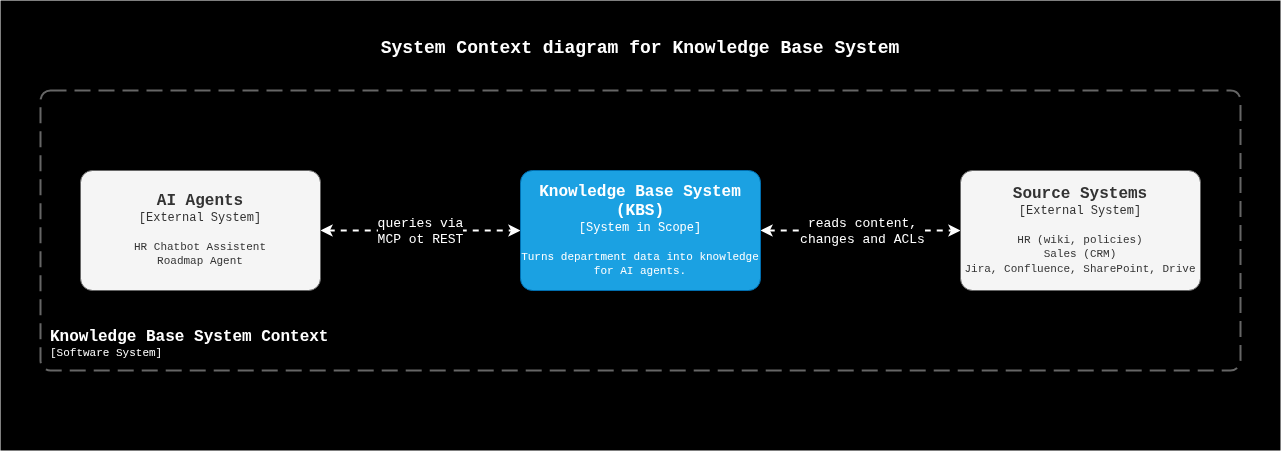
The draw.io diagram _docs/99--dagrams/00-c4-l1--system-context.png in paulAlexSerban/prj--knowledge-base-system, before a commit. Source tidied: cells renumbered, new cells last; positions are measured from the earlier drawing's top-left corner, leaving out a move shared by most shapes.
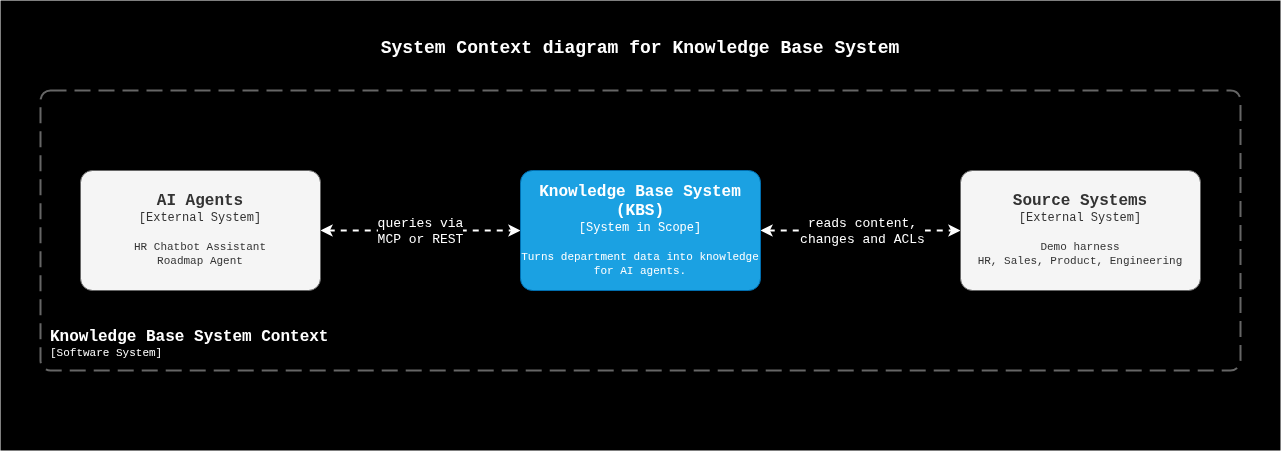
The same diagram one commit later.

Diff of the diagram source:
```diff
@@ -8,10 +8,10 @@
     <mxCell id="3" style="edgeStyle=none;html=1;dashed=1;startArrow=classic;startFill=1;strokeWidth=2;strokeColor=#FFFFFF;fontFamily=Courier New;" parent="1" edge="1" source="5" target="8">
       <mxGeometry relative="1" as="geometry" />
     </mxCell>
-    <mxCell id="4" value="queries via&lt;br style=&quot;font-size: 13px;&quot;&gt;MCP ot REST" style="edgeLabel;html=1;align=center;verticalAlign=middle;labelBackgroundColor=#000000;fontColor=#FFFFFF;fontFamily=Courier New;fontSize=13;" parent="3" vertex="1">
+    <mxCell id="4" value="queries via&lt;br style=&quot;font-size: 13px;&quot;&gt;MCP or REST" style="edgeLabel;html=1;align=center;verticalAlign=middle;labelBackgroundColor=#000000;fontColor=#FFFFFF;fontFamily=Courier New;fontSize=13;" parent="3" vertex="1">
       <mxGeometry x="-0.01" relative="1" as="geometry" />
     </mxCell>
-    <object id="5" label="&lt;font style=&quot;font-size: 16px&quot;&gt;&lt;b&gt;%c4Name%&lt;/b&gt;&lt;/font&gt;&lt;div&gt;[%c4Type%]&lt;/div&gt;&lt;br&gt;&lt;div&gt;&lt;font style=&quot;font-size: 11px&quot;&gt;&lt;font&gt;%c4Description%&lt;/font&gt;&lt;/font&gt;&lt;/div&gt;" c4Description="HR Chatbot Assistent&#10;Roadmap Agent" c4Name="AI Agents" c4Type="External System" placeholders="1">
+    <object id="5" label="&lt;font style=&quot;font-size: 16px&quot;&gt;&lt;b&gt;%c4Name%&lt;/b&gt;&lt;/font&gt;&lt;div&gt;[%c4Type%]&lt;/div&gt;&lt;br&gt;&lt;div&gt;&lt;font style=&quot;font-size: 11px&quot;&gt;&lt;font&gt;%c4Description%&lt;/font&gt;&lt;/font&gt;&lt;/div&gt;" c4Description="HR Chatbot Assistant&#10;Roadmap Agent" c4Name="AI Agents" c4Type="External System" placeholders="1">
       <mxCell style="rounded=1;whiteSpace=wrap;html=1;labelBackgroundColor=none;fillColor=#f5f5f5;align=center;arcSize=10;strokeColor=#666666;points=[[0.25,0,0],[0.5,0,0],[0.75,0,0],[1,0.25,0],[1,0.5,0],[1,0.75,0],[0.75,1,0],[0.5,1,0],[0.25,1,0],[0,0.75,0],[0,0.5,0],[0,0.25,0]];strokeWidth=1;fillStyle=solid;fontColor=#333333;fontFamily=Courier New;" parent="1" vertex="1">
         <mxGeometry x="80" y="170" width="240" height="120" as="geometry" />
       </mxCell>
@@ -27,7 +27,7 @@
         <mxGeometry x="520" y="170" width="240" height="120" as="geometry" />
       </mxCell>
     </object>
-    <object id="9" label="&lt;font style=&quot;font-size: 16px&quot;&gt;&lt;b&gt;%c4Name%&lt;/b&gt;&lt;/font&gt;&lt;div&gt;[%c4Type%]&lt;/div&gt;&lt;br&gt;&lt;div&gt;&lt;font style=&quot;font-size: 11px&quot;&gt;&lt;font&gt;%c4Description%&lt;/font&gt;&lt;/font&gt;&lt;/div&gt;" c4Description="HR (wiki, policies)&#10;Sales (CRM)&#10;Jira, Confluence, SharePoint, Drive" c4Name="Source Systems" c4Type="External System" placeholders="1">
+    <object id="9" label="&lt;font style=&quot;font-size: 16px&quot;&gt;&lt;b&gt;%c4Name%&lt;/b&gt;&lt;/font&gt;&lt;div&gt;[%c4Type%]&lt;/div&gt;&lt;br&gt;&lt;div&gt;&lt;font style=&quot;font-size: 11px&quot;&gt;&lt;font&gt;%c4Description%&lt;/font&gt;&lt;/font&gt;&lt;/div&gt;" c4Description="Demo harness&#10;HR, Sales, Product, Engineering" c4Name="Source Systems" c4Type="External System" placeholders="1">
       <mxCell style="rounded=1;whiteSpace=wrap;html=1;labelBackgroundColor=none;fillColor=#f5f5f5;align=center;arcSize=10;strokeColor=#666666;points=[[0.25,0,0],[0.5,0,0],[0.75,0,0],[1,0.25,0],[1,0.5,0],[1,0.75,0],[0.75,1,0],[0.5,1,0],[0.25,1,0],[0,0.75,0],[0,0.5,0],[0,0.25,0]];strokeWidth=1;fillStyle=solid;fontColor=#333333;fontFamily=Courier New;" parent="1" vertex="1">
         <mxGeometry x="960" y="170" width="240" height="120" as="geometry" />
       </mxCell>
```
